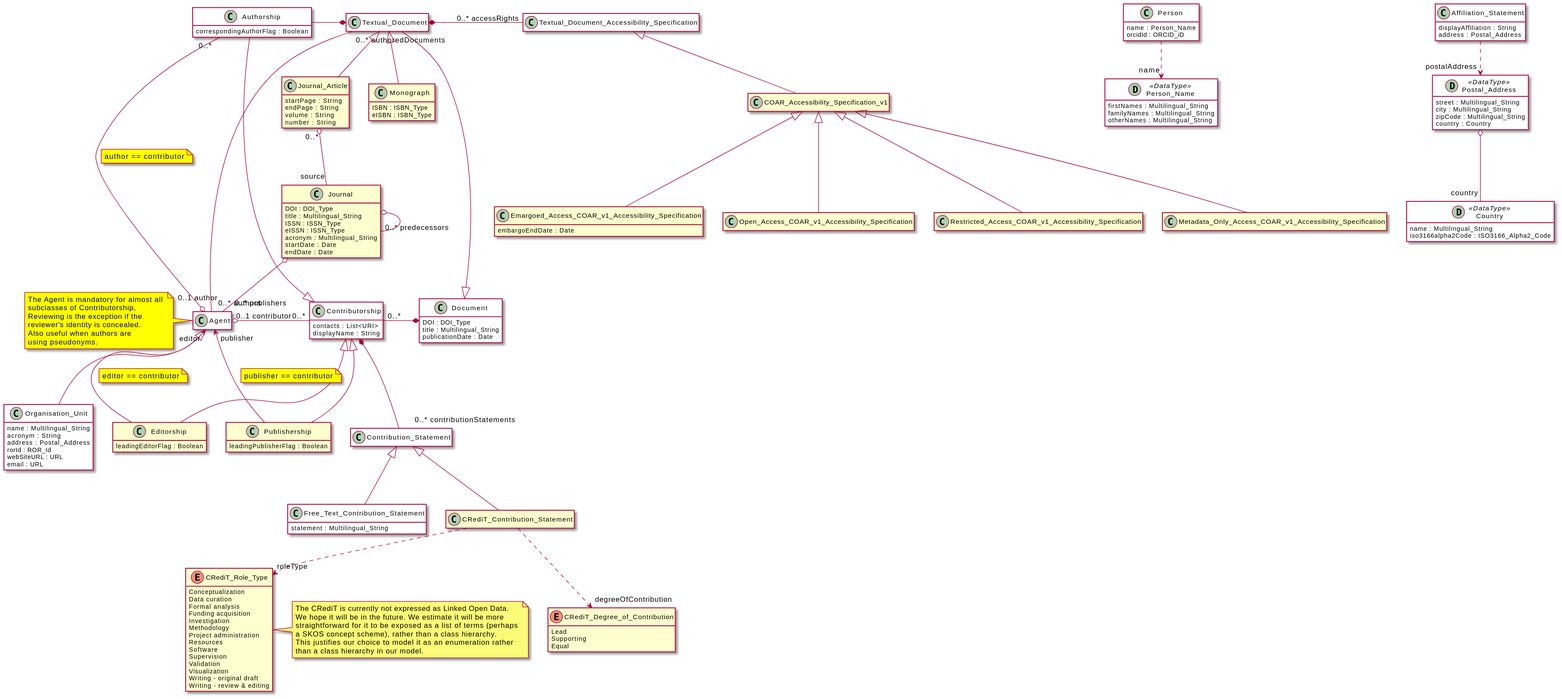
Above: diagrams/module.svg in EuroCRIS/CERIF-ScholarlyPublicationsModule (PlantUML), before the change.
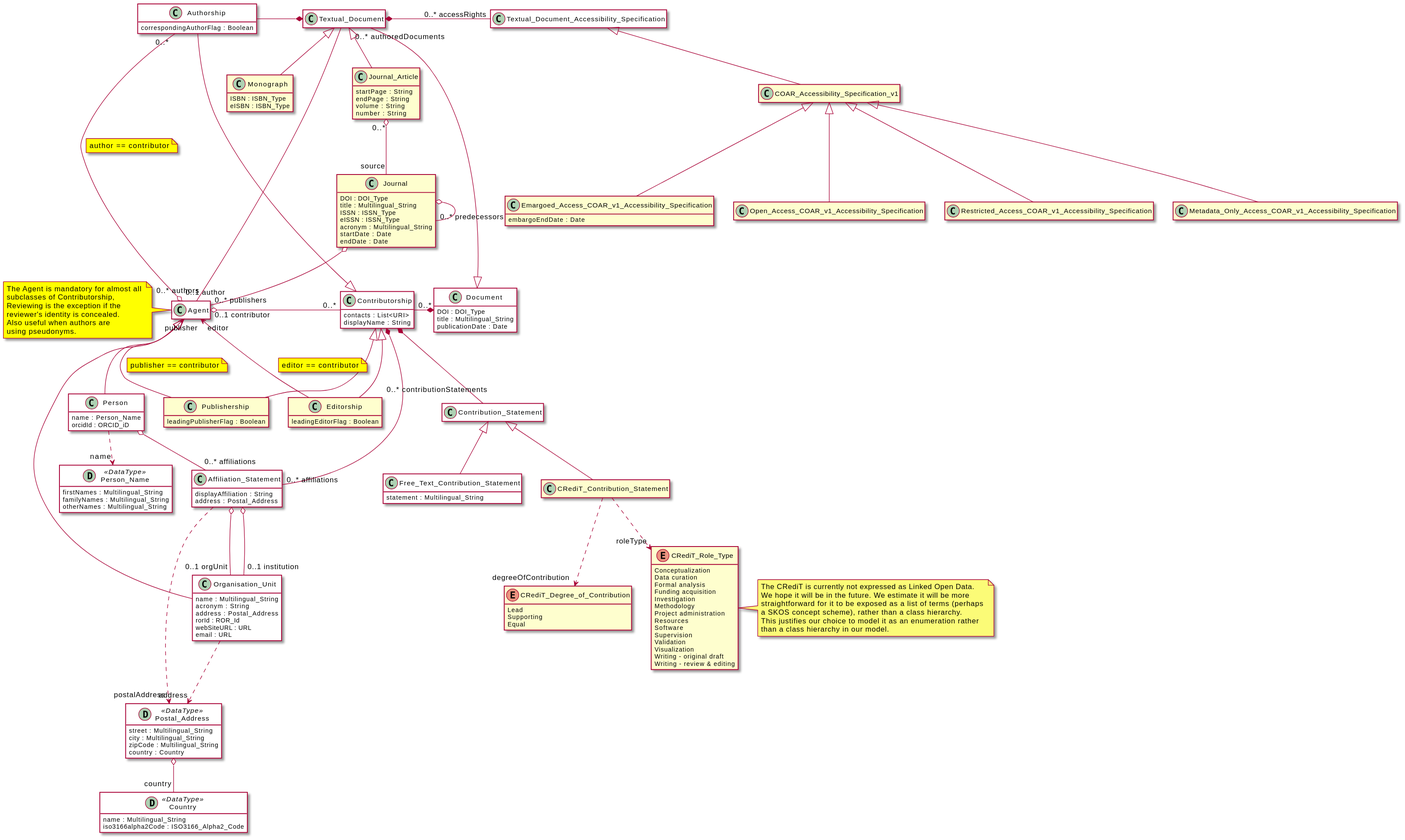
Above is the later version.

Change to the diagram source:
```diff
@@ -3,36 +3,36 @@
     !include ../../CERIF-Core/diagrams/core.puml
 
     !startsub Coar
-    class "COAR_Accessibility_Specification_v1"
+        class "COAR_Accessibility_Specification_v1"
 
-    class "Open_Access_COAR_v1_Accessibility_Specification"
+        class "Open_Access_COAR_v1_Accessibility_Specification"
 
-    class "Restricted_Access_COAR_v1_Accessibility_Specification"
+        class "Restricted_Access_COAR_v1_Accessibility_Specification"
 
-    class "Metadata_Only_Access_COAR_v1_Accessibility_Specification"
+        class "Metadata_Only_Access_COAR_v1_Accessibility_Specification"
 
-    class "Emargoed_Access_COAR_v1_Accessibility_Specification"{
-        embargoEndDate : Date
-    }
+        class "Emargoed_Access_COAR_v1_Accessibility_Specification"{
+            embargoEndDate : Date
+        }
     !endsub
 
     !startsub Journal
-    class "Journal"{
-        DOI : DOI_Type
-        title : Multilingual_String
-        ISSN : ISSN_Type
-        eISSN : ISSN_Type
-        acronym : Multilingual_String
-        startDate : Date
-        endDate : Date
-    }
+        class "Journal"{
+            DOI : DOI_Type
+            title : Multilingual_String
+            ISSN : ISSN_Type
+            eISSN : ISSN_Type
+            acronym : Multilingual_String
+            startDate : Date
+            endDate : Date
+        }
 
-    class "Journal_Article"{
-        startPage : String
-        endPage : String
-        volume : String
-        number : String
-    }
+        class "Journal_Article"{
+            startPage : String
+            endPage : String
+            volume : String
+            number : String
+        }
     !endsub
 
     class "Monograph"{
@@ -45,71 +45,73 @@
     class "Publishership"{
         leadingPublisherFlag : Boolean
     }
+
     !startsub CRediT
-    class "CRediT_Contribution_Statement"{
-    }
-    enum "CRediT_Degree_of_Contribution"{
-        Lead
-        Supporting
-        Equal
-    }
-    enum "CRediT_Role_Type"{
-        Conceptualization
-        Data curation
-        Formal analysis
-        Funding acquisition
-        Investigation
-        Methodology
-        Project administration
-        Resources
-        Software
-        Supervision
-        Validation
-        Visualization
-        Writing - original draft
-        Writing - review & editing
-    }
+        class "CRediT_Contribution_Statement"{
+        }
+        enum "CRediT_Degree_of_Contribution"{
+            Lead
+            Supporting
+            Equal
+        }
+        enum "CRediT_Role_Type"{
+            Conceptualization
+            Data curation
+            Formal analysis
+            Funding acquisition
+            Investigation
+            Methodology
+            Project administration
+            Resources
+            Software
+            Supervision
+            Validation
+            Visualization
+            Writing - original draft
+            Writing - review & editing
+        }
     !endsub
 
     !startsub Coar
-    "Textual_Document_Accessibility_Specification" <|-- "COAR_Accessibility_Specification_v1"
+        "Textual_Document_Accessibility_Specification" <|-- "COAR_Accessibility_Specification_v1"
     !endsub
     !startsub Coar
-    "COAR_Accessibility_Specification_v1" <|-- "Open_Access_COAR_v1_Accessibility_Specification"
+        "COAR_Accessibility_Specification_v1" <|-- "Open_Access_COAR_v1_Accessibility_Specification"
     !endsub
     !startsub Coar
-    "COAR_Accessibility_Specification_v1" <|-- "Restricted_Access_COAR_v1_Accessibility_Specification"
+        "COAR_Accessibility_Specification_v1" <|-- "Restricted_Access_COAR_v1_Accessibility_Specification"
     !endsub
     !startsub Coar
-    "COAR_Accessibility_Specification_v1" <|-- "Emargoed_Access_COAR_v1_Accessibility_Specification"
+        "COAR_Accessibility_Specification_v1" <|-- "Emargoed_Access_COAR_v1_Accessibility_Specification"
     !endsub
     !startsub Coar
-    "COAR_Accessibility_Specification_v1" <|-- "Metadata_Only_Access_COAR_v1_Accessibility_Specification"
+        "COAR_Accessibility_Specification_v1" <|-- "Metadata_Only_Access_COAR_v1_Accessibility_Specification"
     !endsub
     !startsub Journal
-    "Textual_Document" <|-- "Journal_Article"
+        "Textual_Document" <|-- "Journal_Article"
     !endsub
     "Textual_Document" <|-- "Monograph"
     "Contributorship" <|-- "Editorship"
     "Contributorship" <|-- "Publishership"
     !startsub CRediT
-    "Contribution_Statement" <|-- "CRediT_Contribution_Statement"
+        "Contribution_Statement" <|-- "CRediT_Contribution_Statement"
     !endsub
     !startsub Journal
-    "Journal" o-- "0..* predecessors" "Journal"
+        "Journal" o-- "0..* predecessors" "Journal"
     !endsub
-    "Journal" o--  "0..* publishers" "Agent"
+        "Journal" o--  "0..* publishers" "Agent"
     !startsub Journal
-    "Journal_Article" "0..*" o-- "source" "Journal"
+        "Journal_Article" "0..*" o-- "source" "Journal"
     !endsub
     "Editorship" --> "editor" "Agent"
     note on link #yellow: editor == contributor
     "Publishership" --> "publisher" "Agent"
     note on link #yellow: publisher == contributor
     !startsub CRediT
-    "CRediT_Contribution_Statement" ..> "roleType" "CRediT_Role_Type"
-    "CRediT_Contribution_Statement" ..> "degreeOfContribution" "CRediT_Degree_of_Contribution"
+        "CRediT_Contribution_Statement" ..> "roleType" "CRediT_Role_Type"
     !endsub
-
+    !startsub Journal
+        "CRediT_Contribution_Statement" ..> "degreeOfContribution" "CRediT_Degree_of_Contribution"
+    !endsub
     note right of CRediT_Role_Type: The CRediT is currently not expressed as Linked Open Data. \nWe hope it will be in the future. We estimate it will be more \nstraightforward for it to be exposed as a list of terms (perhaps \na SKOS concept scheme), rather than a class hierarchy. \nThis justifies our choice to model it as an enumeration rather \nthan a class hierarchy in our model.
 @enduml
```
